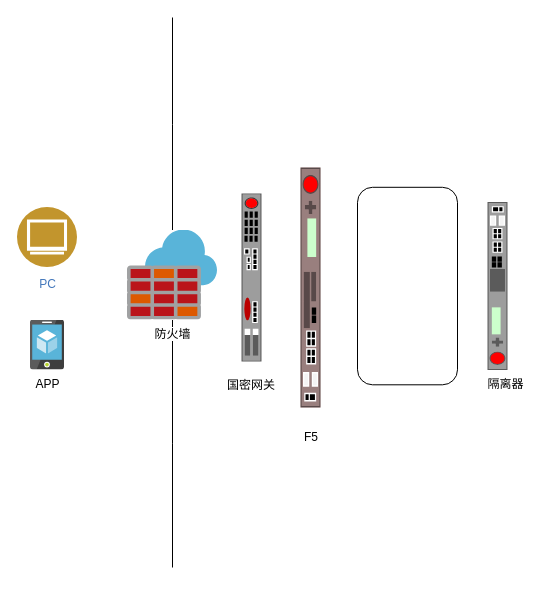
This is page "逻辑架构" (1 of 2) of uapp.drawio from jiajw0426/docsify, a draw.io file, before an edit. Source tidied: cells renumbered, new cells numbered last; positions are measured from the earlier drawing's top-left corner, leaving out a move shared by most shapes. Both pictures are drawn from the tidied source at 100%, with x=0, y=0 at pixel (17, 17).
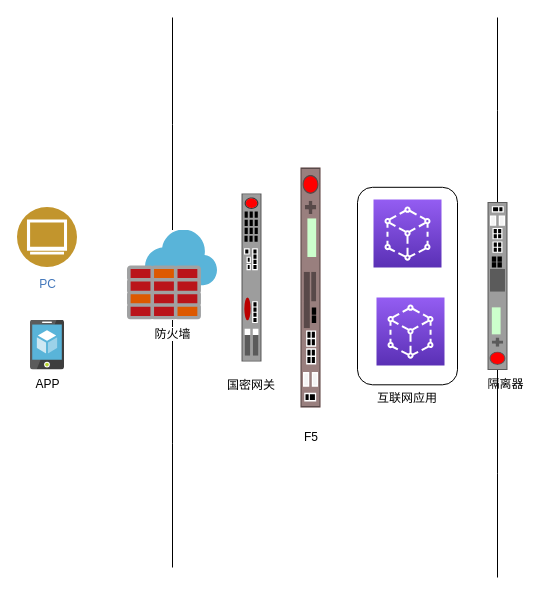
The same page after the edit.

What changed in the source:
```diff
@@
 <mxGraphModel>
   <root>
     <mxCell id="0" />
     <mxCell id="1" parent="0" />
     <mxCell id="2" style="strokeColor=#b85450;html=1;labelPosition=center;align=center;spacingLeft=15;shadow=0;dashed=0;shape=mxgraph.rack.f5.big_ip_3900;fillColor=#f8cecc;verticalLabelPosition=bottom;verticalAlign=top;rotation=-90;" parent="1" vertex="1">
       <mxGeometry x="173" y="260" width="240" height="20" as="geometry" />
     </mxCell>
     <mxCell id="3" value="PC" style="perimeter=ellipsePerimeter;html=1;align=center;shadow=0;dashed=0;fontColor=#4277BB;labelBackgroundColor=#ffffff;fontSize=12;spacingTop=3;image;image=img/lib/ibm/users/browser.svg;" parent="1" vertex="1">
       <mxGeometry y="190" width="60" height="60" as="geometry" />
     </mxCell>
     <mxCell id="4" value="APP" style="sketch=0;html=1;align=center;image;fontSize=12;image=img/lib/mscae/App_Service_Mobile_App.svg;" parent="1" vertex="1">
       <mxGeometry x="13" y="302.5" width="34" height="50" as="geometry" />
     </mxCell>
     <mxCell id="5" style="edgeStyle=orthogonalEdgeStyle;rounded=0;jettySize=auto;html=1;endArrow=none;endFill=0;" parent="1" edge="1" source="7">
       <mxGeometry relative="1" as="geometry">
         <mxPoint x="155" as="targetPoint" />
       </mxGeometry>
     </mxCell>
     <mxCell id="6" style="edgeStyle=orthogonalEdgeStyle;rounded=0;jettySize=auto;html=1;endArrow=none;endFill=0;" parent="1" edge="1" source="7">
       <mxGeometry relative="1" as="geometry">
         <mxPoint x="155" y="550" as="targetPoint" />
       </mxGeometry>
     </mxCell>
     <mxCell id="7" value="防火墙" style="sketch=0;html=1;points=[];align=center;image;fontSize=12;image=img/lib/mscae/Azure_Firewall.svg;" parent="1" vertex="1">
       <mxGeometry x="110" y="212.5" width="90" height="90" as="geometry" />
     </mxCell>
     <mxCell id="8" style="strokeColor=#666666;html=1;labelPosition=center;align=center;spacingLeft=15;shadow=0;dashed=0;shape=mxgraph.rack.f5.arx_1500;rotation=-90;verticalLabelPosition=bottom;verticalAlign=top;" parent="1" vertex="1">
       <mxGeometry x="150" y="250" width="168" height="20" as="geometry" />
     </mxCell>
+    <mxCell id="13" style="edgeStyle=orthogonalEdgeStyle;rounded=0;jettySize=auto;html=1;endArrow=none;endFill=0;" parent="1" edge="1" source="9">
+      <mxGeometry relative="1" as="geometry">
+        <mxPoint x="480" as="targetPoint" />
+      </mxGeometry>
+    </mxCell>
+    <mxCell id="14" style="edgeStyle=orthogonalEdgeStyle;rounded=0;jettySize=auto;html=1;endArrow=none;endFill=0;" parent="1" edge="1" source="9">
+      <mxGeometry relative="1" as="geometry">
+        <mxPoint x="480" y="560" as="targetPoint" />
+      </mxGeometry>
+    </mxCell>
     <mxCell id="9" value="隔离器" style="strokeColor=#666666;html=1;labelPosition=center;align=center;spacingLeft=15;shadow=0;dashed=0;outlineConnect=0;shape=mxgraph.rack.f5.em_4000;verticalLabelPosition=bottom;verticalAlign=top;direction=south;" parent="1" vertex="1">
       <mxGeometry x="470" y="184.5" width="20" height="168" as="geometry" />
     </mxCell>
-    <mxCell id="10" style="rounded=1;whiteSpace=wrap;html=1;" parent="1" vertex="1">
+    <mxCell id="10" value="互联网应用" style="rounded=1;whiteSpace=wrap;html=1;labelPosition=center;verticalLabelPosition=bottom;align=center;verticalAlign=top;" parent="1" vertex="1">
       <mxGeometry x="340" y="169.8" width="100" height="197.5" as="geometry" />
     </mxCell>
     <mxCell id="11" value="国密网关" style="text;html=1;strokeColor=none;fillColor=none;align=center;verticalAlign=middle;whiteSpace=wrap;rounded=0;" parent="1" vertex="1">
       <mxGeometry x="204" y="353" width="60" height="30" as="geometry" />
     </mxCell>
     <mxCell id="12" value="F5" style="text;html=1;strokeColor=none;fillColor=none;align=center;verticalAlign=middle;whiteSpace=wrap;rounded=0;" parent="1" vertex="1">
       <mxGeometry x="264" y="405" width="60" height="30" as="geometry" />
     </mxCell>
+    <mxCell id="15" style="sketch=0;fontColor=#232F3E;gradientColor=#945DF2;gradientDirection=north;fillColor=#5A30B5;strokeColor=#ffffff;dashed=0;verticalLabelPosition=bottom;verticalAlign=top;align=center;html=1;fontSize=12;fontStyle=0;shape=mxgraph.aws4.resourceIcon;resIcon=mxgraph.aws4.app_mesh;" parent="1" vertex="1">
+      <mxGeometry x="356" y="182" width="68" height="68" as="geometry" />
+    </mxCell>
+    <mxCell id="16" style="sketch=0;fontColor=#232F3E;gradientColor=#945DF2;gradientDirection=north;fillColor=#5A30B5;strokeColor=#ffffff;dashed=0;verticalLabelPosition=bottom;verticalAlign=top;align=center;html=1;fontSize=12;fontStyle=0;shape=mxgraph.aws4.resourceIcon;resIcon=mxgraph.aws4.app_mesh;" parent="1" vertex="1">
+      <mxGeometry x="359" y="280" width="68" height="68" as="geometry" />
+    </mxCell>
   </root>
 </mxGraphModel>
```
